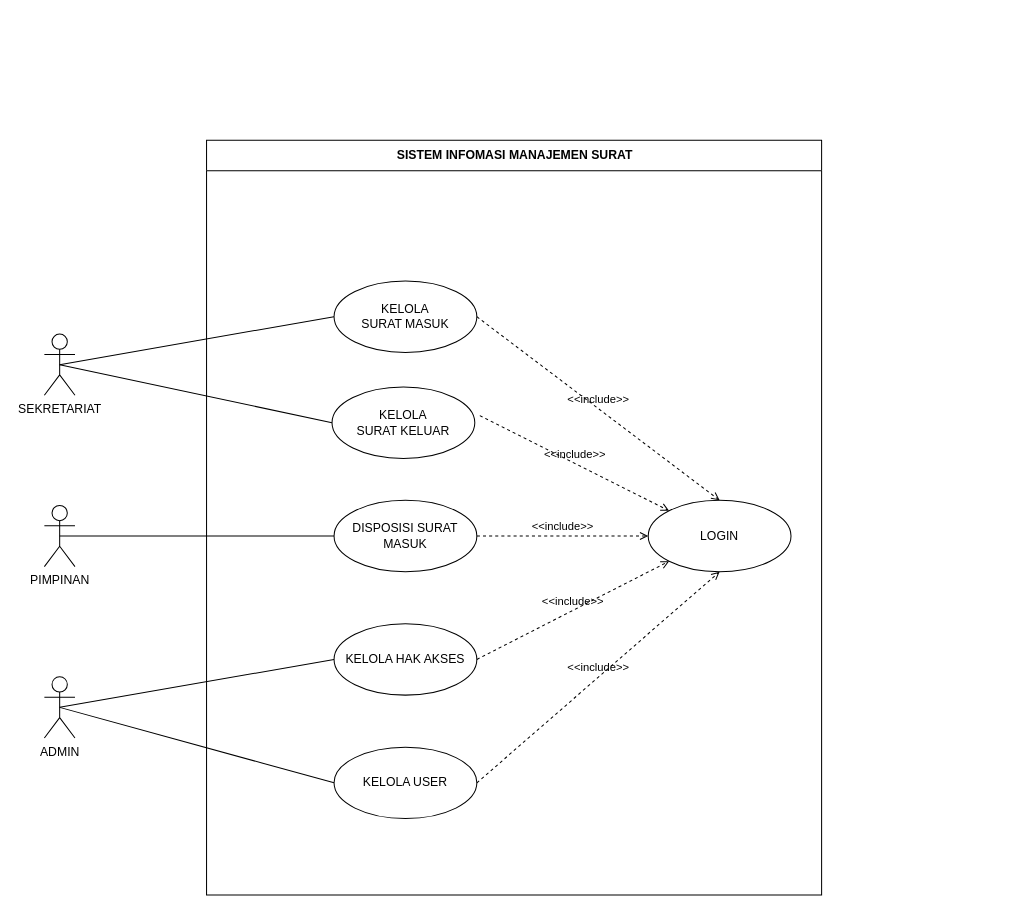
Before: UML/FILE drawio/1. USE CASE/USE CASE.drawio in Rusadi-0/KULIAH, a draw.io diagram. Source tidied: cells renumbered, new cells numbered last; positions are measured from the earlier drawing's top-left corner, leaving out a move shared by most shapes. Both pictures are drawn from the tidied source at 102%, with x=0, y=0 at pixel (44, 140).
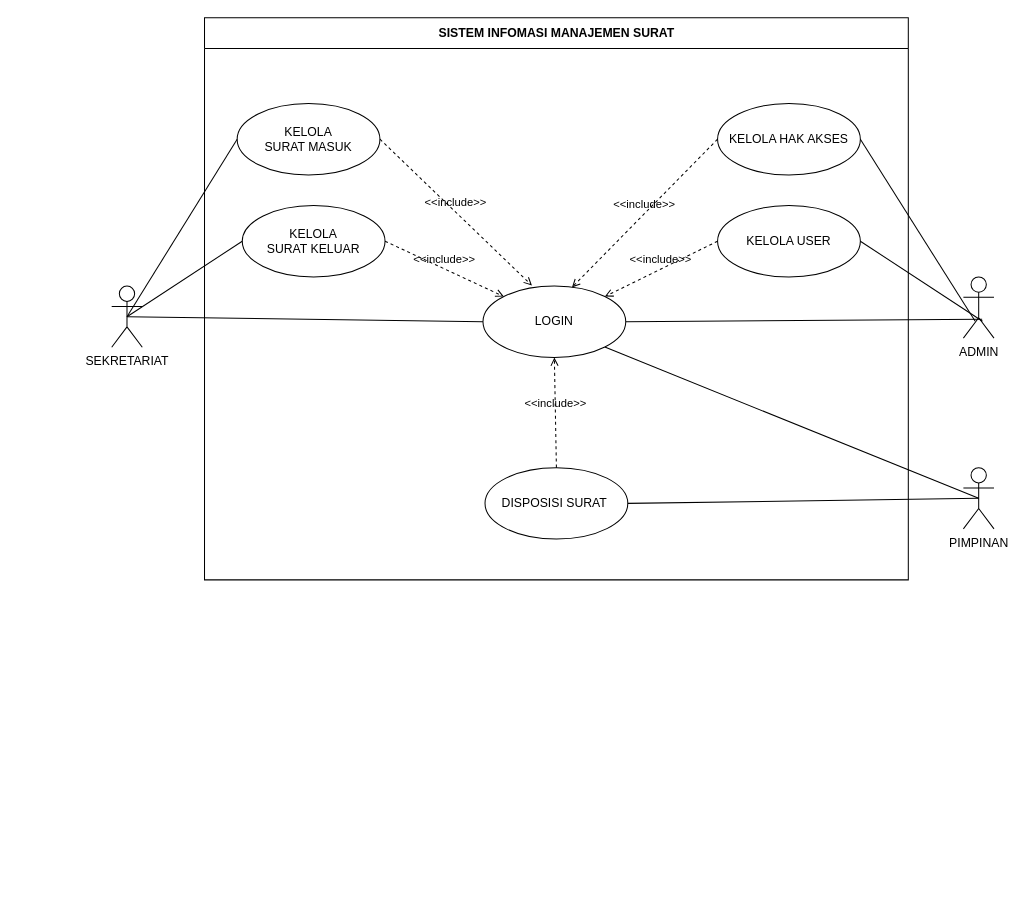
Above is the later version.

Diff of the diagram source:
```diff
@@
     <mxCell id="2" value="SISTEM INFOMASI MANAJEMEN SURAT" style="swimlane;fontStyle=1;align=center;horizontal=1;startSize=30;html=1;" parent="1" vertex="1">
-      <mxGeometry x="159" width="603" height="740" as="geometry" />
+      <mxGeometry x="157" y="-120" width="690" height="551" as="geometry" />
     </mxCell>
     <mxCell id="3" value="&lt;div&gt;KELOLA &lt;br&gt;&lt;/div&gt;&lt;div&gt;SURAT MASUK&lt;/div&gt;" style="ellipse;whiteSpace=wrap;html=1;fillColor=none;strokeColor=default;" parent="2" vertex="1">
-      <mxGeometry x="125" y="138" width="140" height="70" as="geometry" />
+      <mxGeometry x="32" y="84" width="140" height="70" as="geometry" />
     </mxCell>
     <mxCell id="4" value="&lt;div&gt;KELOLA&lt;/div&gt;&lt;div&gt;SURAT KELUAR&lt;/div&gt;" style="ellipse;whiteSpace=wrap;html=1;fillColor=none;strokeColor=default;" parent="2" vertex="1">
-      <mxGeometry x="123" y="242" width="140" height="70" as="geometry" />
+      <mxGeometry x="37" y="184" width="140" height="70" as="geometry" />
     </mxCell>
-    <mxCell id="5" value="DISPOSISI SURAT MASUK" style="ellipse;whiteSpace=wrap;html=1;fillColor=none;strokeColor=default;" parent="2" vertex="1">
-      <mxGeometry x="125" y="353" width="140" height="70" as="geometry" />
+    <mxCell id="5" value="DISPOSISI SURAT&amp;nbsp;" style="ellipse;whiteSpace=wrap;html=1;fillColor=none;strokeColor=default;" parent="2" vertex="1">
+      <mxGeometry x="275" y="441" width="140" height="70" as="geometry" />
     </mxCell>
     <mxCell id="6" value="KELOLA HAK AKSES" style="ellipse;whiteSpace=wrap;html=1;fillColor=none;strokeColor=default;" parent="2" vertex="1">
-      <mxGeometry x="125" y="474" width="140" height="70" as="geometry" />
+      <mxGeometry x="503" y="84" width="140" height="70" as="geometry" />
     </mxCell>
     <mxCell id="7" value="KELOLA USER" style="ellipse;whiteSpace=wrap;html=1;fillColor=none;strokeColor=default;" parent="2" vertex="1">
-      <mxGeometry x="125" y="595" width="140" height="70" as="geometry" />
+      <mxGeometry x="503" y="184" width="140" height="70" as="geometry" />
     </mxCell>
     <mxCell id="8" value="LOGIN" style="ellipse;whiteSpace=wrap;html=1;fillColor=none;strokeColor=default;" parent="2" vertex="1">
-      <mxGeometry x="433" y="353" width="140" height="70" as="geometry" />
+      <mxGeometry x="273" y="263" width="140" height="70" as="geometry" />
     </mxCell>
-    <mxCell id="9" value="&amp;lt;&amp;lt;include&amp;gt;&amp;gt;" style="edgeStyle=none;html=1;endArrow=open;verticalAlign=bottom;dashed=1;labelBackgroundColor=none;rounded=0;exitX=1.021;exitY=0.643;exitDx=0;exitDy=0;exitPerimeter=0;entryX=0;entryY=0;entryDx=0;entryDy=0;" parent="2" edge="1" target="8">
-      <mxGeometry relative="1" as="geometry">
-        <mxPoint x="267.9" y="270" as="sourcePoint" />
-      </mxGeometry>
+    <mxCell id="9" value="&amp;lt;&amp;lt;include&amp;gt;&amp;gt;" style="edgeStyle=none;html=1;endArrow=open;verticalAlign=bottom;dashed=1;labelBackgroundColor=none;rounded=0;exitX=1;exitY=0.5;exitDx=0;exitDy=0;entryX=0;entryY=0;entryDx=0;entryDy=0;" parent="2" edge="1" source="4" target="8">
+      <mxGeometry relative="1" as="geometry" />
     </mxCell>
-    <mxCell id="10" value="&amp;lt;&amp;lt;include&amp;gt;&amp;gt;" style="edgeStyle=none;html=1;endArrow=open;verticalAlign=bottom;dashed=1;labelBackgroundColor=none;rounded=0;exitX=1;exitY=0.5;exitDx=0;exitDy=0;entryX=0;entryY=0.5;entryDx=0;entryDy=0;" parent="2" edge="1" source="5" target="8">
-      <mxGeometry relative="1" as="geometry" />
-    </mxCell>
-    <mxCell id="11" value="&amp;lt;&amp;lt;include&amp;gt;&amp;gt;" style="edgeStyle=none;html=1;endArrow=open;verticalAlign=bottom;dashed=1;labelBackgroundColor=none;rounded=0;entryX=0;entryY=1;entryDx=0;entryDy=0;exitX=1;exitY=0.5;exitDx=0;exitDy=0;" parent="2" edge="1" source="6" target="8">
-      <mxGeometry relative="1" as="geometry" />
-    </mxCell>
-    <mxCell id="12" value="&amp;lt;&amp;lt;include&amp;gt;&amp;gt;" style="edgeStyle=none;html=1;endArrow=open;verticalAlign=bottom;dashed=1;labelBackgroundColor=none;rounded=0;exitX=1;exitY=0.5;exitDx=0;exitDy=0;entryX=0.5;entryY=0;entryDx=0;entryDy=0;" parent="2" edge="1" source="3" target="8">
+    <mxCell id="12" value="&amp;lt;&amp;lt;include&amp;gt;&amp;gt;" style="edgeStyle=none;html=1;endArrow=open;verticalAlign=bottom;dashed=1;labelBackgroundColor=none;rounded=0;exitX=1;exitY=0.5;exitDx=0;exitDy=0;entryX=0.343;entryY=-0.008;entryDx=0;entryDy=0;entryPerimeter=0;" parent="2" edge="1" source="3" target="8">
       <mxGeometry relative="1" as="geometry" />
     </mxCell>
-    <mxCell id="13" value="&amp;lt;&amp;lt;include&amp;gt;&amp;gt;" style="edgeStyle=none;html=1;endArrow=open;verticalAlign=bottom;dashed=1;labelBackgroundColor=none;rounded=0;exitX=1;exitY=0.5;exitDx=0;exitDy=0;entryX=0.5;entryY=1;entryDx=0;entryDy=0;" parent="2" edge="1" source="7" target="8">
+    <mxCell id="13" value="&amp;lt;&amp;lt;include&amp;gt;&amp;gt;" style="edgeStyle=none;html=1;endArrow=open;verticalAlign=bottom;dashed=1;labelBackgroundColor=none;rounded=0;entryX=1;entryY=0;entryDx=0;entryDy=0;exitX=0;exitY=0.5;exitDx=0;exitDy=0;" parent="2" edge="1" source="7" target="8">
       <mxGeometry relative="1" as="geometry" />
     </mxCell>
+    <mxCell id="11" value="&amp;lt;&amp;lt;include&amp;gt;&amp;gt;" style="edgeStyle=none;html=1;endArrow=open;verticalAlign=bottom;dashed=1;labelBackgroundColor=none;rounded=0;exitX=0;exitY=0.5;exitDx=0;exitDy=0;entryX=0.623;entryY=0.018;entryDx=0;entryDy=0;entryPerimeter=0;" parent="2" edge="1" source="6" target="8">
+      <mxGeometry relative="1" as="geometry" />
+    </mxCell>
+    <mxCell id="10" value="&amp;lt;&amp;lt;include&amp;gt;&amp;gt;" style="edgeStyle=none;html=1;endArrow=open;verticalAlign=bottom;dashed=1;labelBackgroundColor=none;rounded=0;exitX=0.5;exitY=0;exitDx=0;exitDy=0;entryX=0.5;entryY=1;entryDx=0;entryDy=0;" parent="2" edge="1" source="5" target="8">
+      <mxGeometry relative="1" as="geometry" />
+    </mxCell>
     <mxCell id="14" value="SEKRETARIAT" style="shape=umlActor;html=1;verticalLabelPosition=bottom;verticalAlign=top;align=center;" parent="1" vertex="1">
-      <mxGeometry y="190" width="30" height="60" as="geometry" />
+      <mxGeometry x="66" y="143" width="30" height="60" as="geometry" />
     </mxCell>
     <mxCell id="15" value="PIMPINAN" style="shape=umlActor;html=1;verticalLabelPosition=bottom;verticalAlign=top;align=center;" parent="1" vertex="1">
-      <mxGeometry y="358" width="30" height="60" as="geometry" />
+      <mxGeometry x="901" y="321" width="30" height="60" as="geometry" />
     </mxCell>
@@
-    <mxCell id="17" style="edgeStyle=none;html=1;endArrow=none;verticalAlign=bottom;rounded=0;entryX=0;entryY=0.5;entryDx=0;entryDy=0;exitX=0.5;exitY=0.5;exitDx=0;exitDy=0;exitPerimeter=0;" parent="1" edge="1" source="15" target="5">
+    <mxCell id="17" style="edgeStyle=none;html=1;endArrow=none;verticalAlign=bottom;rounded=0;exitX=0.5;exitY=0.5;exitDx=0;exitDy=0;exitPerimeter=0;entryX=1;entryY=0.5;entryDx=0;entryDy=0;" parent="1" edge="1" source="15" target="5">
       <mxGeometry relative="1" as="geometry" />
     </mxCell>
     <mxCell id="18" value="ADMIN" style="shape=umlActor;html=1;verticalLabelPosition=bottom;verticalAlign=top;align=center;" parent="1" vertex="1">
-      <mxGeometry y="526" width="30" height="60" as="geometry" />
+      <mxGeometry x="901" y="134" width="30" height="60" as="geometry" />
     </mxCell>
-    <mxCell id="19" style="edgeStyle=none;html=1;endArrow=none;verticalAlign=bottom;rounded=0;exitX=0.5;exitY=0.5;exitDx=0;exitDy=0;exitPerimeter=0;entryX=0;entryY=0.5;entryDx=0;entryDy=0;" parent="1" edge="1" source="18" target="6">
-      <mxGeometry relative="1" as="geometry" />
-    </mxCell>
@@
-    <mxCell id="21" style="edgeStyle=none;html=1;endArrow=none;verticalAlign=bottom;rounded=0;exitX=0.5;exitY=0.5;exitDx=0;exitDy=0;exitPerimeter=0;entryX=0;entryY=0.5;entryDx=0;entryDy=0;" parent="1" edge="1" source="18" target="7">
-      <mxGeometry relative="1" as="geometry" />
-    </mxCell>
+    <mxCell id="22" style="endArrow=none;html=1;rounded=0;exitX=0.5;exitY=0.5;exitDx=0;exitDy=0;exitPerimeter=0;entryX=0;entryY=0.5;entryDx=0;entryDy=0;" parent="1" edge="1" source="14" target="8">
+      <mxGeometry relative="1" as="geometry" />
+    </mxCell>
+    <mxCell id="23" style="edgeStyle=none;html=1;endArrow=none;verticalAlign=bottom;rounded=0;entryX=0.386;entryY=0.725;entryDx=0;entryDy=0;entryPerimeter=0;exitX=1;exitY=0.5;exitDx=0;exitDy=0;" parent="1" edge="1" source="6" target="18">
+      <mxGeometry relative="1" as="geometry" />
+    </mxCell>
+    <mxCell id="24" style="edgeStyle=none;html=1;endArrow=none;verticalAlign=bottom;rounded=0;exitX=1;exitY=0.5;exitDx=0;exitDy=0;entryX=0.624;entryY=0.725;entryDx=0;entryDy=0;entryPerimeter=0;" parent="1" edge="1" source="7" target="18">
+      <mxGeometry relative="1" as="geometry" />
+    </mxCell>
+    <mxCell id="25" style="edgeStyle=none;html=1;endArrow=none;verticalAlign=bottom;rounded=0;exitX=1;exitY=0.5;exitDx=0;exitDy=0;entryX=0.612;entryY=0.691;entryDx=0;entryDy=0;entryPerimeter=0;" parent="1" edge="1" source="8" target="18">
+      <mxGeometry relative="1" as="geometry" />
+    </mxCell>
+    <mxCell id="26" style="edgeStyle=none;html=1;endArrow=none;verticalAlign=bottom;rounded=0;exitX=1;exitY=1;exitDx=0;exitDy=0;entryX=0.5;entryY=0.5;entryDx=0;entryDy=0;entryPerimeter=0;" parent="1" edge="1" source="8" target="15">
+      <mxGeometry relative="1" as="geometry" />
+    </mxCell>
```
